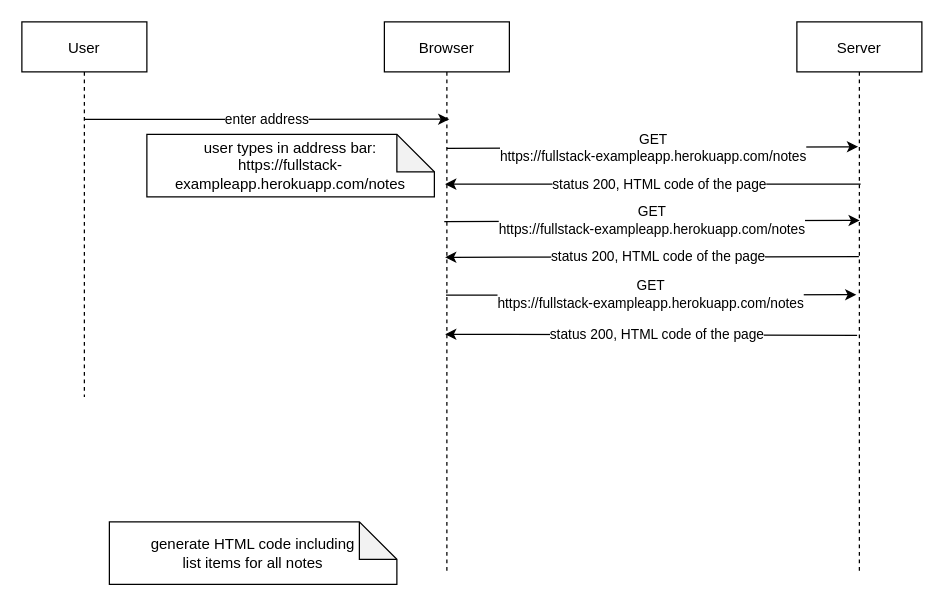
Earlier version of the draw.io diagram docs/ex0_3.drawio (kaiffari/utuweb). Source tidied: cells renumbered, new cells numbered last; positions are measured from the earlier drawing's top-left corner, leaving out a move shared by most shapes. Both pictures are drawn from the tidied source at 125%, with x=0, y=0 at pixel (21, 21).
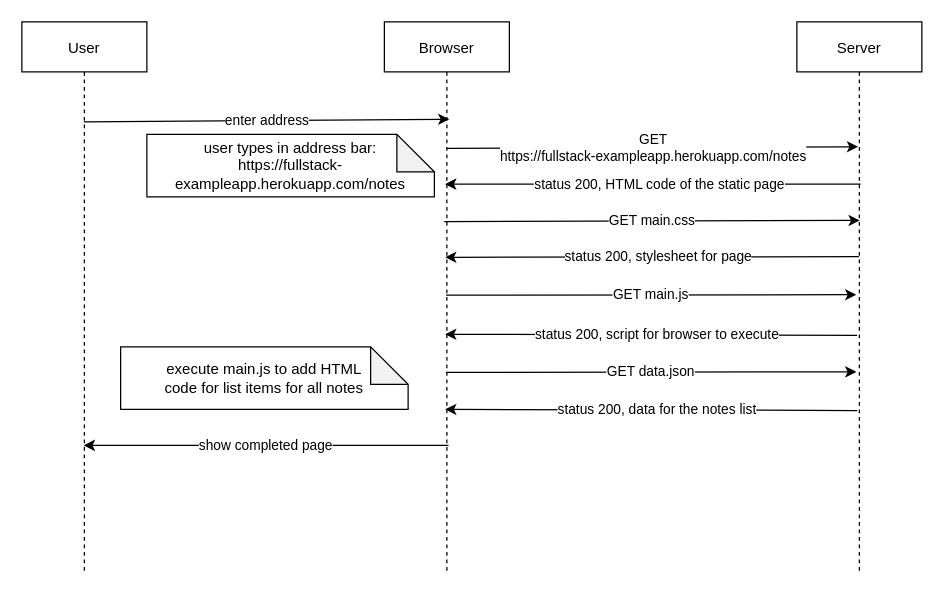
After the change.

Change to the diagram source:
```diff
@@
 <mxGraphModel>
   <root>
     <mxCell id="0" />
     <mxCell id="1" parent="0" />
     <mxCell id="2" value="User" style="shape=umlLifeline;perimeter=lifelinePerimeter;rounded=0;shadow=0;strokeWidth=1;" parent="1" vertex="1">
-      <mxGeometry width="100" height="300" as="geometry" />
+      <mxGeometry width="100" height="440" as="geometry" />
     </mxCell>
     <mxCell id="3" value="Browser" style="shape=umlLifeline;perimeter=lifelinePerimeter;rounded=0;shadow=0;strokeWidth=1;" parent="1" vertex="1">
       <mxGeometry x="290" width="100" height="440" as="geometry" />
     </mxCell>
     <mxCell id="4" value="Server" style="shape=umlLifeline;perimeter=lifelinePerimeter;rounded=0;shadow=0;strokeWidth=1;" parent="1" vertex="1">
       <mxGeometry x="620" width="100" height="440" as="geometry" />
     </mxCell>
     <mxCell id="5" value="user types in address bar:&lt;br&gt;https://fullstack-exampleapp.herokuapp.com/notes" style="shape=note;whiteSpace=wrap;html=1;backgroundOutline=1;darkOpacity=0.05;" parent="1" vertex="1">
       <mxGeometry x="100" y="90" width="230" height="50" as="geometry" />
     </mxCell>
     <mxCell id="6" value="GET&lt;br&gt;https://fullstack-exampleapp.herokuapp.com/notes" style="endArrow=classic;html=1;exitX=0.5;exitY=0.23;exitDx=0;exitDy=0;exitPerimeter=0;entryX=0.49;entryY=0.227;entryDx=0;entryDy=0;entryPerimeter=0;" parent="1" edge="1" source="3" target="4">
       <mxGeometry relative="1" as="geometry" />
     </mxCell>
-    <mxCell id="7" value="generate HTML code including &lt;br&gt;list items for all notes" style="shape=note;whiteSpace=wrap;html=1;backgroundOutline=1;darkOpacity=0.05;" parent="1" vertex="1">
-      <mxGeometry x="70" y="400" width="230" height="50" as="geometry" />
+    <mxCell id="7" value="execute main.js to add HTML&lt;br&gt;code for list items for all notes" style="shape=note;whiteSpace=wrap;html=1;backgroundOutline=1;darkOpacity=0.05;" parent="1" vertex="1">
+      <mxGeometry x="79" y="260" width="230" height="50" as="geometry" />
     </mxCell>
-    <mxCell id="8" value="status 200, HTML code of the page" style="endArrow=classic;html=1;exitX=0.51;exitY=0.295;exitDx=0;exitDy=0;exitPerimeter=0;entryX=0.486;entryY=0.295;entryDx=0;entryDy=0;entryPerimeter=0;" parent="1" edge="1" source="4" target="3">
+    <mxCell id="8" value="status 200, HTML code of the static page" style="endArrow=classic;html=1;exitX=0.51;exitY=0.295;exitDx=0;exitDy=0;exitPerimeter=0;entryX=0.486;entryY=0.295;entryDx=0;entryDy=0;entryPerimeter=0;" parent="1" edge="1" source="4" target="3">
       <mxGeometry x="-0.03" relative="1" as="geometry" />
     </mxCell>
-    <mxCell id="9" value="enter address" style="endArrow=classic;html=1;exitX=0.5;exitY=0.26;exitDx=0;exitDy=0;exitPerimeter=0;entryX=0.52;entryY=0.177;entryDx=0;entryDy=0;entryPerimeter=0;" parent="1" edge="1" source="2" target="3">
+    <mxCell id="9" value="enter address" style="endArrow=classic;html=1;exitX=0.496;exitY=0.182;exitDx=0;exitDy=0;exitPerimeter=0;entryX=0.52;entryY=0.177;entryDx=0;entryDy=0;entryPerimeter=0;" parent="1" edge="1" source="2" target="3">
       <mxGeometry relative="1" as="geometry" />
     </mxCell>
-    <mxCell id="10" value="GET&lt;br&gt;https://fullstack-exampleapp.herokuapp.com/notes" style="endArrow=classic;html=1;exitX=0.479;exitY=0.363;exitDx=0;exitDy=0;exitPerimeter=0;entryX=0.503;entryY=0.361;entryDx=0;entryDy=0;entryPerimeter=0;" parent="1" edge="1" source="3" target="4">
+    <mxCell id="10" value="GET main.css" style="endArrow=classic;html=1;exitX=0.479;exitY=0.363;exitDx=0;exitDy=0;exitPerimeter=0;entryX=0.503;entryY=0.361;entryDx=0;entryDy=0;entryPerimeter=0;" parent="1" edge="1" source="3" target="4">
       <mxGeometry relative="1" as="geometry" />
     </mxCell>
-    <mxCell id="11" value="GET&lt;br&gt;https://fullstack-exampleapp.herokuapp.com/notes" style="endArrow=classic;html=1;exitX=0.493;exitY=0.497;exitDx=0;exitDy=0;exitPerimeter=0;entryX=0.476;entryY=0.496;entryDx=0;entryDy=0;entryPerimeter=0;" parent="1" edge="1" source="3" target="4">
+    <mxCell id="11" value="GET main.js" style="endArrow=classic;html=1;exitX=0.493;exitY=0.497;exitDx=0;exitDy=0;exitPerimeter=0;entryX=0.476;entryY=0.496;entryDx=0;entryDy=0;entryPerimeter=0;" parent="1" edge="1" source="3" target="4">
       <mxGeometry relative="1" as="geometry" />
     </mxCell>
-    <mxCell id="12" value="status 200, HTML code of the page" style="endArrow=classic;html=1;exitX=0.496;exitY=0.427;exitDx=0;exitDy=0;exitPerimeter=0;entryX=0.486;entryY=0.428;entryDx=0;entryDy=0;entryPerimeter=0;" parent="1" edge="1" source="4" target="3">
+    <mxCell id="12" value="status 200, stylesheet for page" style="endArrow=classic;html=1;exitX=0.496;exitY=0.427;exitDx=0;exitDy=0;exitPerimeter=0;entryX=0.486;entryY=0.428;entryDx=0;entryDy=0;entryPerimeter=0;" parent="1" edge="1" source="4" target="3">
       <mxGeometry x="-0.03" relative="1" as="geometry" />
     </mxCell>
-    <mxCell id="13" value="status 200, HTML code of the page" style="endArrow=classic;html=1;entryX=0.486;entryY=0.568;entryDx=0;entryDy=0;entryPerimeter=0;exitX=0.482;exitY=0.57;exitDx=0;exitDy=0;exitPerimeter=0;" parent="1" edge="1" source="4" target="3">
+    <mxCell id="13" value="status 200, script for browser to execute" style="endArrow=classic;html=1;entryX=0.486;entryY=0.568;entryDx=0;entryDy=0;entryPerimeter=0;exitX=0.482;exitY=0.57;exitDx=0;exitDy=0;exitPerimeter=0;" parent="1" edge="1" source="4" target="3">
       <mxGeometry x="-0.03" relative="1" as="geometry" />
     </mxCell>
+    <mxCell id="14" value="GET data.json" style="endArrow=classic;html=1;exitX=0.493;exitY=0.497;exitDx=0;exitDy=0;exitPerimeter=0;entryX=0.476;entryY=0.496;entryDx=0;entryDy=0;entryPerimeter=0;" parent="1" edge="1">
+      <mxGeometry relative="1" as="geometry">
+        <mxPoint x="339.3" y="280.4" as="sourcePoint" />
+        <mxPoint x="667.6" y="280" as="targetPoint" />
+      </mxGeometry>
+    </mxCell>
+    <mxCell id="15" value="status 200, data for the notes list" style="endArrow=classic;html=1;entryX=0.486;entryY=0.568;entryDx=0;entryDy=0;entryPerimeter=0;exitX=0.482;exitY=0.57;exitDx=0;exitDy=0;exitPerimeter=0;" parent="1" edge="1">
+      <mxGeometry x="-0.03" relative="1" as="geometry">
+        <mxPoint x="668.2" y="310.9" as="sourcePoint" />
+        <mxPoint x="338.6" y="310" as="targetPoint" />
+      </mxGeometry>
+    </mxCell>
+    <mxCell id="16" value="show completed page" style="endArrow=classic;html=1;exitX=0.513;exitY=0.77;exitDx=0;exitDy=0;exitPerimeter=0;" parent="1" edge="1" source="3" target="2">
+      <mxGeometry relative="1" as="geometry" />
+    </mxCell>
   </root>
 </mxGraphModel>
```
